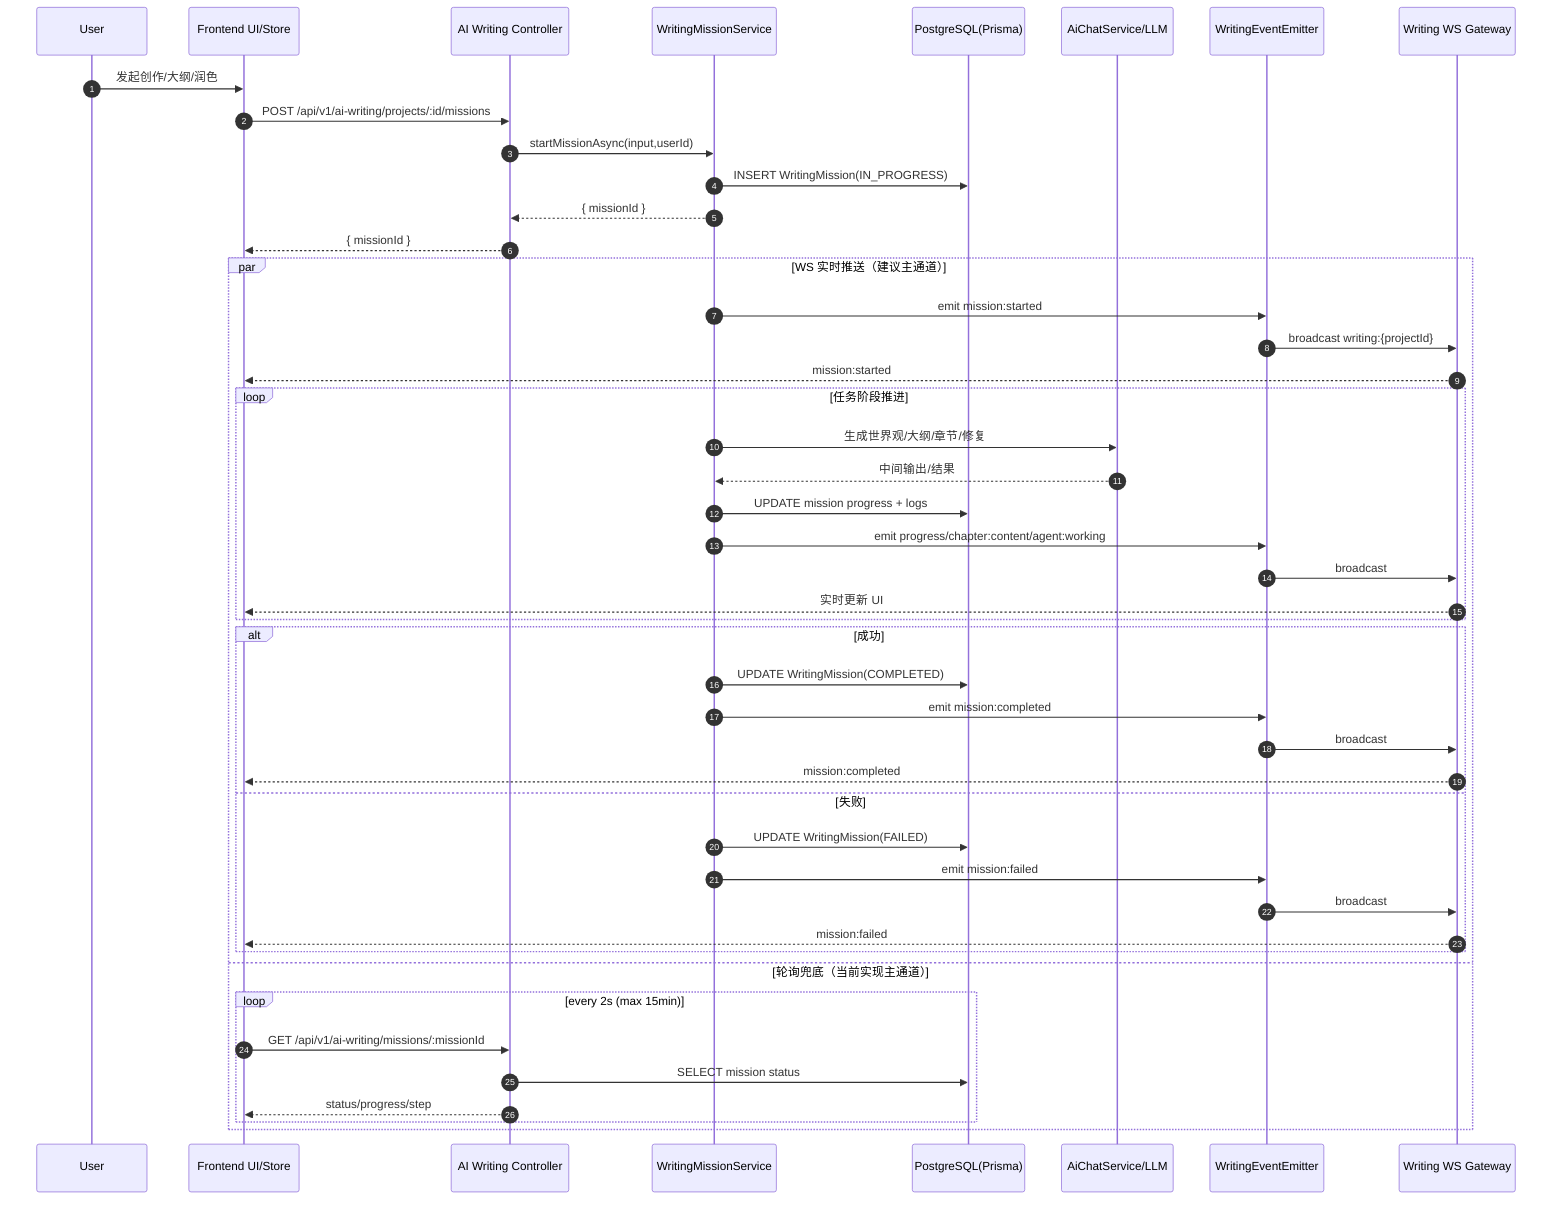
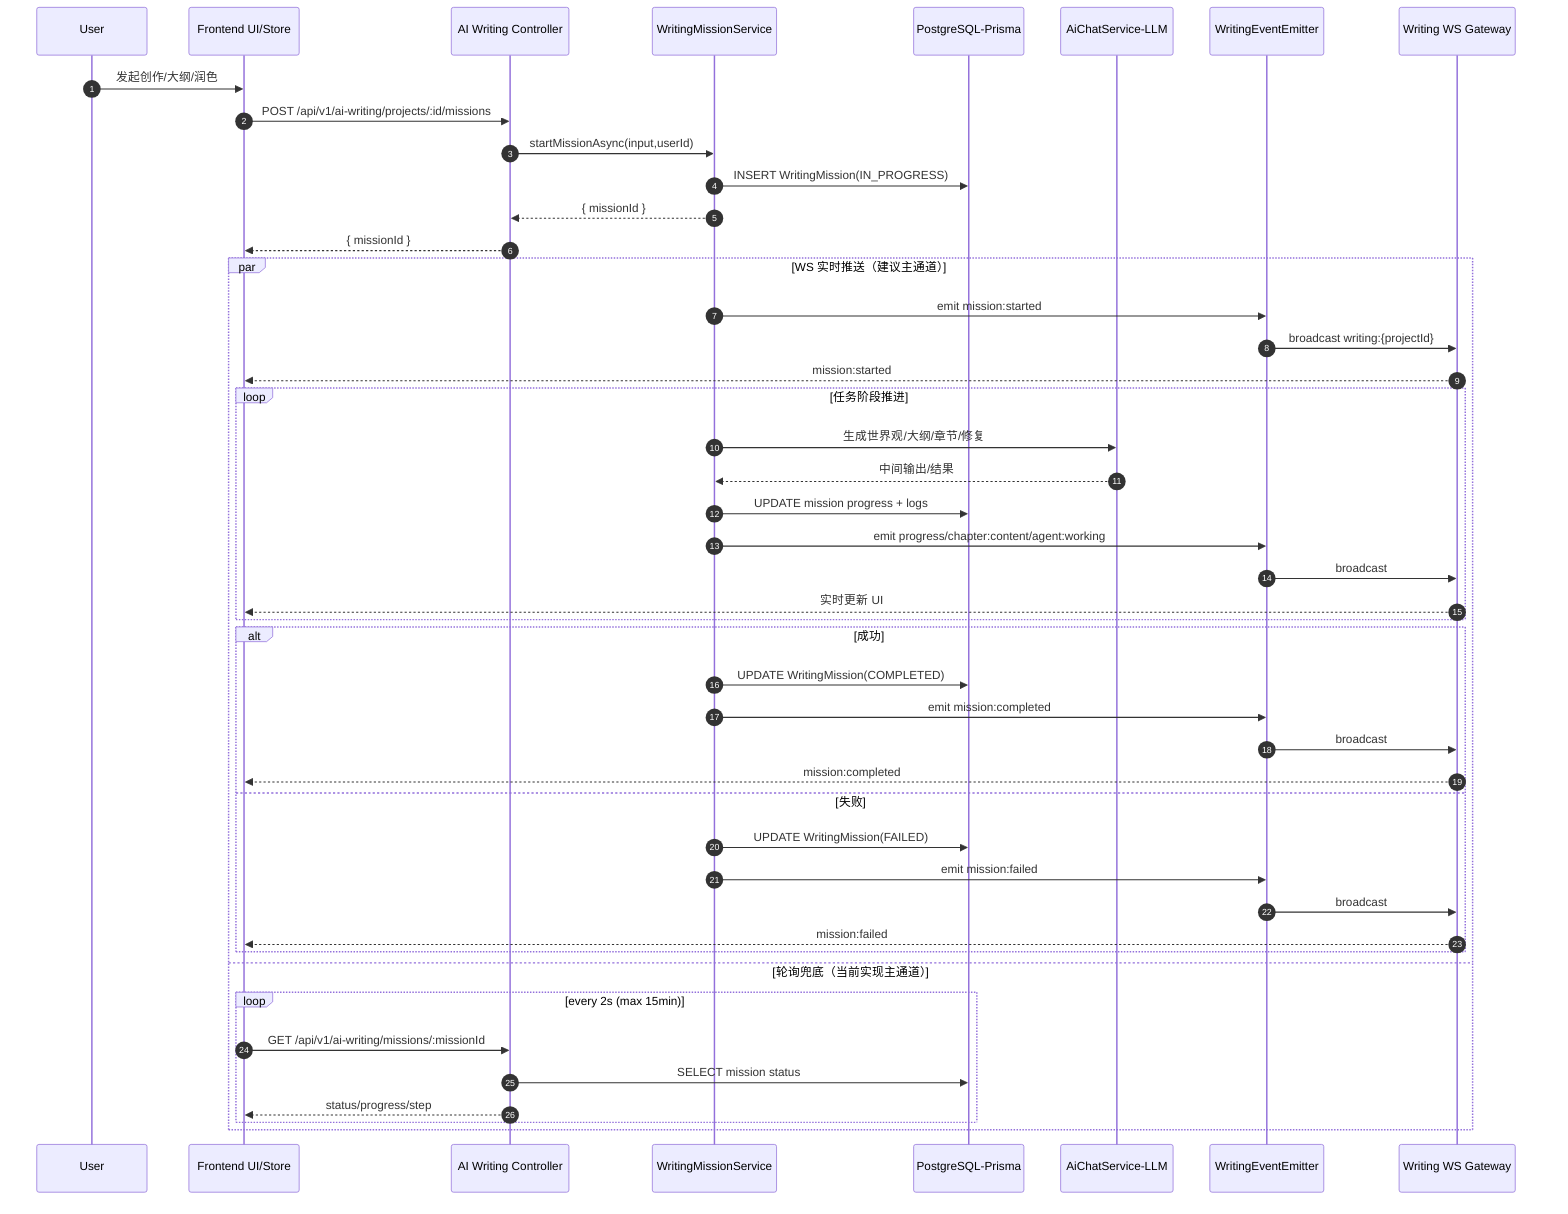
sequenceDiagram
  autonumber
  participant U as User
  participant FE as Frontend UI/Store
  participant API as AI Writing Controller
  participant MS as WritingMissionService
-   participant DB as PostgreSQL(Prisma)
-   participant LLM as AiChatService/LLM
+   participant DB as PostgreSQL-Prisma
+   participant LLM as AiChatService-LLM
  participant EM as WritingEventEmitter
  participant WS as Writing WS Gateway

  U->>FE: 发起创作/大纲/润色
  FE->>API: POST /api/v1/ai-writing/projects/:id/missions
  API->>MS: startMissionAsync(input,userId)
  MS->>DB: INSERT WritingMission(IN_PROGRESS)
  MS-->>API: { missionId }
  API-->>FE: { missionId }

  par WS 实时推送（建议主通道）
    MS->>EM: emit mission:started
    EM->>WS: broadcast writing:{projectId}
    WS-->>FE: mission:started

    loop 任务阶段推进
      MS->>LLM: 生成世界观/大纲/章节/修复
      LLM-->>MS: 中间输出/结果
      MS->>DB: UPDATE mission progress + logs
      MS->>EM: emit progress/chapter:content/agent:working
      EM->>WS: broadcast
      WS-->>FE: 实时更新 UI
    end

    alt 成功
      MS->>DB: UPDATE WritingMission(COMPLETED)
      MS->>EM: emit mission:completed
      EM->>WS: broadcast
      WS-->>FE: mission:completed
    else 失败
      MS->>DB: UPDATE WritingMission(FAILED)
      MS->>EM: emit mission:failed
      EM->>WS: broadcast
      WS-->>FE: mission:failed
    end
  and 轮询兜底（当前实现主通道）
    loop every 2s (max 15min)
      FE->>API: GET /api/v1/ai-writing/missions/:missionId
      API->>DB: SELECT mission status
      API-->>FE: status/progress/step
    end
  end
